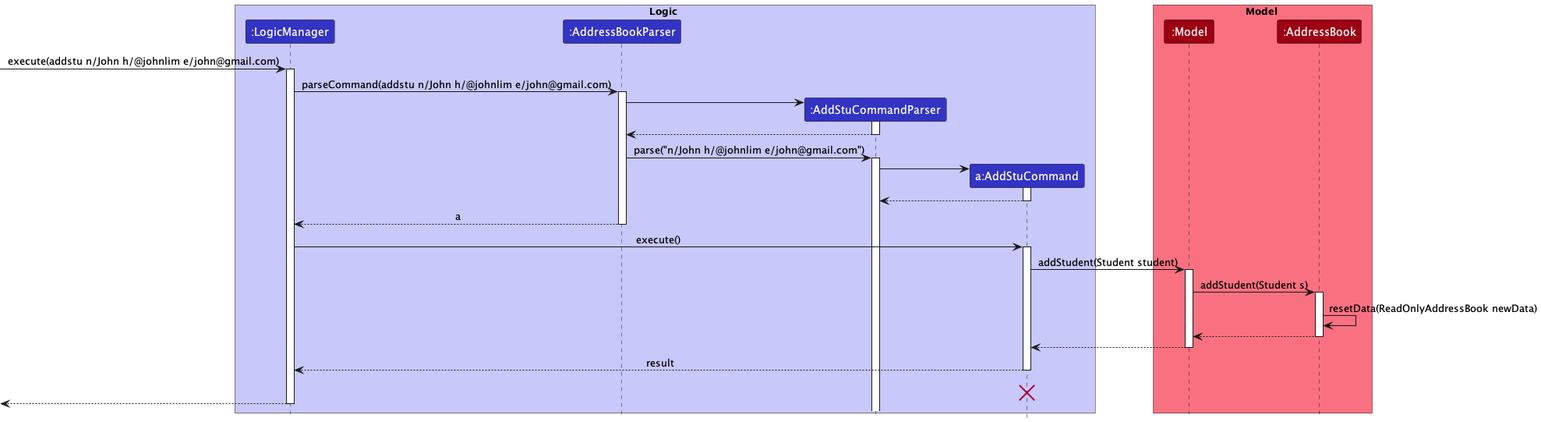
Above: docs/images/AddStuSequenceDiagram.png in nus-cs2103-AY2223S1/tp (PlantUML), before the change. Its diagram source:
```plantuml
@startuml
!include style.puml

box Logic LOGIC_COLOR_T1
participant ":LogicManager" as LogicManager LOGIC_COLOR
participant ":AddressBookParser" as AddressBookParser LOGIC_COLOR
participant ":AddStuCommandParser" as AddStuCommandParser LOGIC_COLOR
participant "a:AddStuCommand" as AddStuCommand LOGIC_COLOR
end box

box Model MODEL_COLOR_T1
participant ":Model" as Model MODEL_COLOR
participant ":AddressBook" as AddressBook MODEL_COLOR
end box
[-> LogicManager : execute(addstu n/John h/@johnlim e/john@gmail.com)
activate LogicManager

LogicManager -> AddressBookParser : parseCommand(addstu n/John h/@johnlim e/john@gmail.com)
activate AddressBookParser

create AddStuCommandParser
AddressBookParser -> AddStuCommandParser
activate AddStuCommandParser

AddStuCommandParser --> AddressBookParser
deactivate AddStuCommandParser

AddressBookParser -> AddStuCommandParser : parse("n/John h/@johnlim e/john@gmail.com")
activate AddStuCommandParser

create AddStuCommand
AddStuCommandParser -> AddStuCommand
activate AddStuCommand

AddStuCommand --> AddStuCommandParser
deactivate AddStuCommand

AddressBookParser --> LogicManager : a
deactivate AddressBookParser

LogicManager -> AddStuCommand : execute()
activate AddStuCommand

AddStuCommand -> Model : addStudent(Student student)
activate Model

Model -> AddressBook : addStudent(Student s)
activate AddressBook

AddressBook -> AddressBook :resetData(ReadOnlyAddressBook newData)
AddressBook --> Model :
deactivate AddressBook

Model --> AddStuCommand
deactivate Model

AddStuCommand --> LogicManager : result
deactivate AddStuCommand
AddStuCommand -[hidden]-> LogicManager : result
destroy AddStuCommand

[<--LogicManager
deactivate LogicManager
@enduml
```
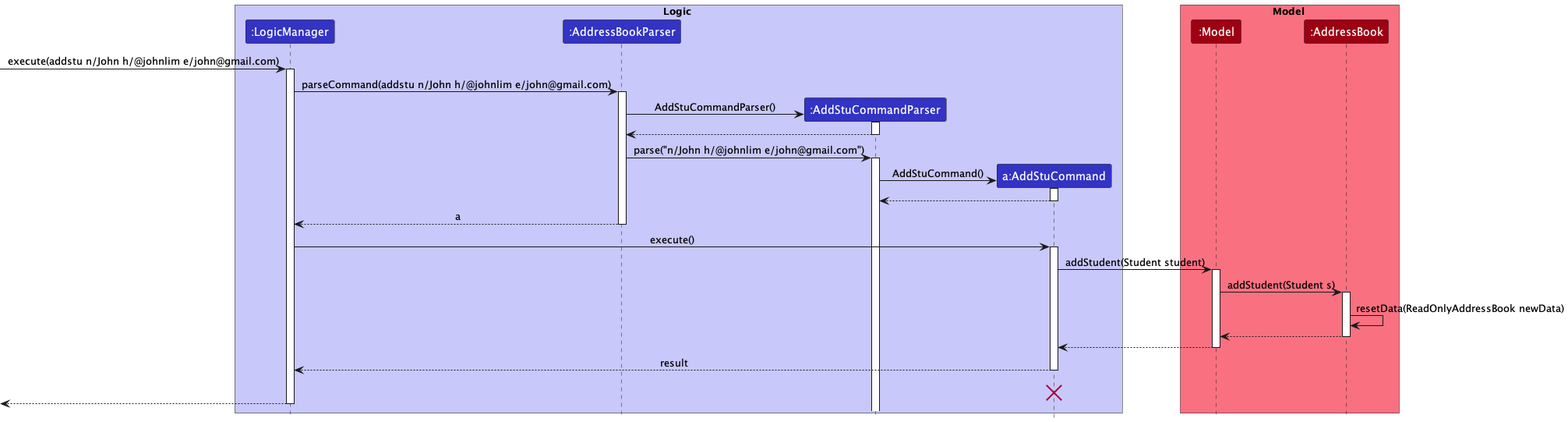
The same file after the commit.

Change to the diagram source:
```diff
@@ -19,7 +19,7 @@
 activate AddressBookParser
 
 create AddStuCommandParser
-AddressBookParser -> AddStuCommandParser
+AddressBookParser -> AddStuCommandParser :AddStuCommandParser()
 activate AddStuCommandParser
 
 AddStuCommandParser --> AddressBookParser
@@ -29,7 +29,7 @@
 activate AddStuCommandParser
 
 create AddStuCommand
-AddStuCommandParser -> AddStuCommand
+AddStuCommandParser -> AddStuCommand :AddStuCommand()
 activate AddStuCommand
 
 AddStuCommand --> AddStuCommandParser
```
